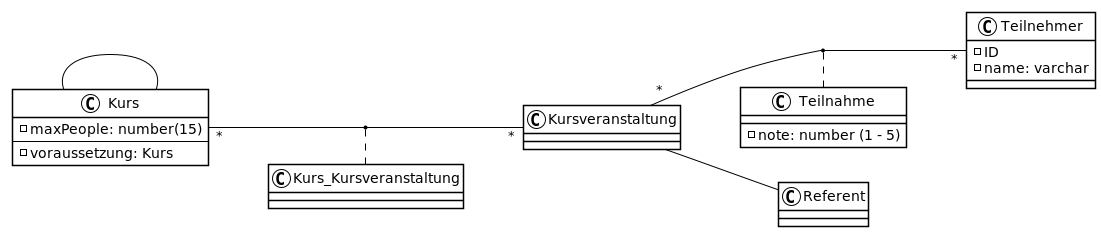
Before: asciidocs/exercises/12/images/5-schulungsinstut.png, a diagram exported from PlantUML (MctomSpdo/school-SQL). Its diagram source:
```plantuml
@startuml

left to right direction







<style>
  root {
    BackgroundColor white
    FontColor black
    FontName Verdana
    HyperLinkColor blue
    LineColor black
    LineThickness 1
    Margin 5
  }
  caption {
    LineThickness 0
  }
  footer {
    LineThickness 0
  }
  header {
    LineThickness 0
  }
  node {
    MaximumWidth 300
  }
  title {
    FontSize 22
    LineThickness 0
  }
</style>

skinparam ArrowLollipopColor black
skinparam BackgroundColor white
skinparam DefaultFontName Verdana
skinparam DefaultMonospacedFontName Courier
skinparam LifelineStrategy nosolid
skinparam ParticipantPadding 10
skinparam SequenceLifeLineBorderColor black
skinparam Shadowing false
skinparam UseBetaStyle true

skinparam Activity {
  BackgroundColor white
  BarColor black
  BorderColor black
  FontColor black
  FontName Verdana
}
skinparam Boundary {
  FontColor black
}
skinparam Box {
  Padding 5
}
skinparam CircledCharacter {
  FontColor black
  FontName Courier
  Radius 9
}
skinparam Class {
  BackgroundColor white
  BorderColor black
  FontColor black
  FontName Verdana
}
skinparam ClassAttribute {
  FontColor black
  FontName Verdana
}
skinparam ClassStereotype {
  FontColor black
  FontName Verdana
}
skinparam Footer {
  FontColor black
  FontName Verdana
}
skinparam Header {
  FontColor black
  FontName Verdana
}
skinparam Hyperlink {
  Color blue
}
skinparam IconPackage {
  Color black
  BackgroundColor white
}
skinparam IconPrivate {
  Color black
  BackgroundColor white
}
skinparam IconProtected {
  Color black
  BackgroundColor white
}
skinparam IconPublic {
  Color black
  BackgroundColor white
}
skinparam Note {
  FontColor black
  FontName Verdana
}
skinparam Package {
  BorderColor black
  FontColor black
  FontName Verdana
}
skinparam State {
  BackgroundColor white
  BorderColor black
}
skinparam StereotypeA {
  BackgroundColor white
  BorderColor black
}
skinparam StereotypeC {
  BackgroundColor white
  BorderColor black
}
skinparam StereotypeE {
  BackgroundColor white
  BorderColor black
}
skinparam StereotypeI {
  BackgroundColor white
  BorderColor black
}
skinparam StereotypeN {
  BackgroundColor white
  BorderColor black
}
skinparam UseCaseStereoType {
  FontColor black
  FontName Verdana
}

class Kurs {
- maxPeople: number(15)
---
- voraussetzung: Kurs
}

class Teilnehmer {
- ID
- name: varchar
}

class Kursveranstaltung {
}

class Teilnahme {
- note: number (1 - 5)
}

class Referent {}

Kurs -- Kurs
Kurs "*"--"*" Kursveranstaltung
(Kurs, Kursveranstaltung) .. Kurs_Kursveranstaltung

Kursveranstaltung "*" -- "*" Teilnehmer
(Kursveranstaltung, Teilnehmer) .. Teilnahme
Kursveranstaltung -- Referent

@enduml
```
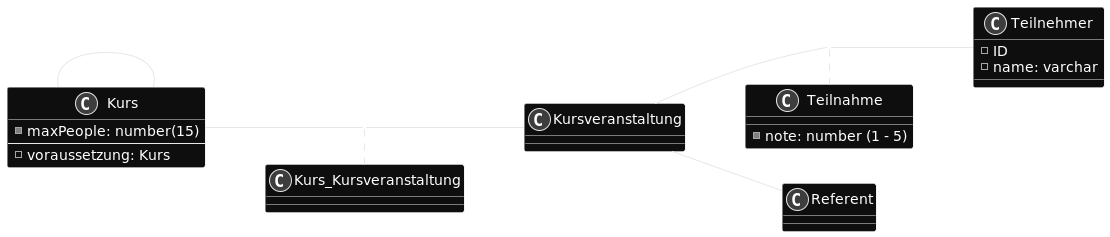
After the commit.

The edit, as a diff of the source:
```diff
@@ -1,147 +1,9 @@
 @startuml
 
+skinparam backgroundColor transparent
+skinparam monochrome reverse
+
 left to right direction
-
-
-
-
-
-
-
-<style>
-  root {
-    BackgroundColor white
-    FontColor black
-    FontName Verdana
-    HyperLinkColor blue
-    LineColor black
-    LineThickness 1
-    Margin 5
-  }
-  caption {
-    LineThickness 0
-  }
-  footer {
-    LineThickness 0
-  }
-  header {
-    LineThickness 0
-  }
-  node {
-    MaximumWidth 300
-  }
-  title {
-    FontSize 22
-    LineThickness 0
-  }
-</style>
-
-skinparam ArrowLollipopColor black
-skinparam BackgroundColor white
-skinparam DefaultFontName Verdana
-skinparam DefaultMonospacedFontName Courier
-skinparam LifelineStrategy nosolid
-skinparam ParticipantPadding 10
-skinparam SequenceLifeLineBorderColor black
-skinparam Shadowing false
-skinparam UseBetaStyle true
-
-skinparam Activity {
-  BackgroundColor white
-  BarColor black
-  BorderColor black
-  FontColor black
-  FontName Verdana
-}
-skinparam Boundary {
-  FontColor black
-}
-skinparam Box {
-  Padding 5
-}
-skinparam CircledCharacter {
-  FontColor black
-  FontName Courier
-  Radius 9
-}
-skinparam Class {
-  BackgroundColor white
-  BorderColor black
-  FontColor black
-  FontName Verdana
-}
-skinparam ClassAttribute {
-  FontColor black
-  FontName Verdana
-}
-skinparam ClassStereotype {
-  FontColor black
-  FontName Verdana
-}
-skinparam Footer {
-  FontColor black
-  FontName Verdana
-}
-skinparam Header {
-  FontColor black
-  FontName Verdana
-}
-skinparam Hyperlink {
-  Color blue
-}
-skinparam IconPackage {
-  Color black
-  BackgroundColor white
-}
-skinparam IconPrivate {
-  Color black
-  BackgroundColor white
-}
-skinparam IconProtected {
-  Color black
-  BackgroundColor white
-}
-skinparam IconPublic {
-  Color black
-  BackgroundColor white
-}
-skinparam Note {
-  FontColor black
-  FontName Verdana
-}
-skinparam Package {
-  BorderColor black
-  FontColor black
-  FontName Verdana
-}
-skinparam State {
-  BackgroundColor white
-  BorderColor black
-}
-skinparam StereotypeA {
-  BackgroundColor white
-  BorderColor black
-}
-skinparam StereotypeC {
-  BackgroundColor white
-  BorderColor black
-}
-skinparam StereotypeE {
-  BackgroundColor white
-  BorderColor black
-}
-skinparam StereotypeI {
-  BackgroundColor white
-  BorderColor black
-}
-skinparam StereotypeN {
-  BackgroundColor white
-  BorderColor black
-}
-skinparam UseCaseStereoType {
-  FontColor black
-  FontName Verdana
-}
 
 class Kurs {
 - maxPeople: number(15)
```
